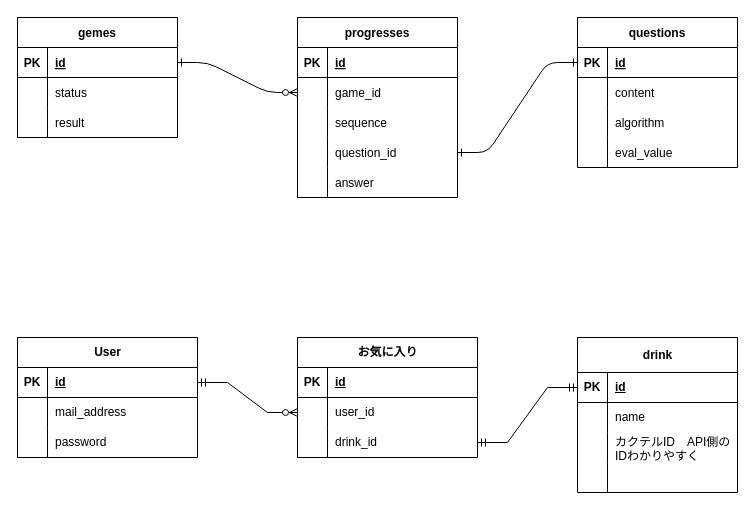
Before: 名称未設定ファイル.drawio in nabe0130/naninomu, a draw.io diagram. Source tidied: cells renumbered, new cells numbered last; positions are measured from the earlier drawing's top-left corner, leaving out a move shared by most shapes. Both pictures are drawn from the tidied source at 100%, with x=0, y=0 at pixel (17, 17).
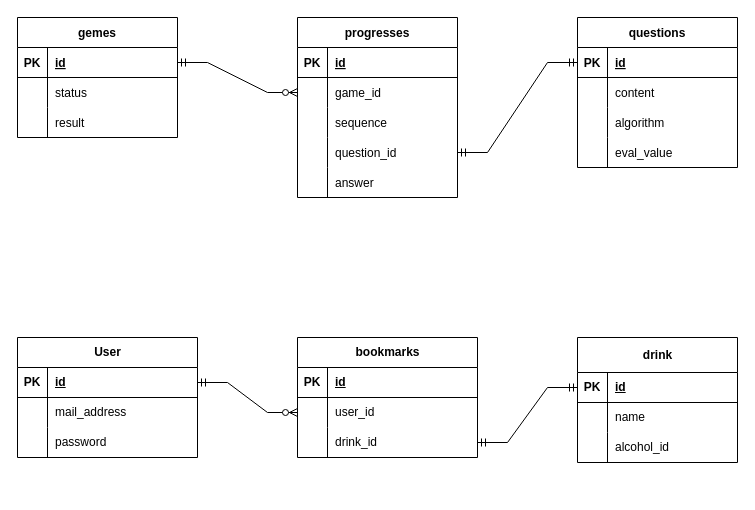
Above is the later version.

Unchanged cells that the change refers to:
```xml
<mxCell id="8" style="shape=partialRectangle;fillColor=none;points=[[0,0.5],[1,0.5]];portConstraint=eastwest;top=0;left=0;right=0;bottom=0;" parent="4" vertex="1">
  <mxGeometry y="60" width="160" height="30" as="geometry" />
</mxCell>
<mxCell id="14" style="shape=partialRectangle;fillColor=none;points=[[0,0.5],[1,0.5]];portConstraint=eastwest;top=0;left=0;right=0;bottom=0;" parent="4" vertex="1">
  <mxGeometry y="120" width="160" height="30" as="geometry" />
</mxCell>
<mxCell id="21" style="shape=partialRectangle;fillColor=none;points=[[0,0.5],[1,0.5]];portConstraint=eastwest;top=0;left=0;right=0;bottom=1;" parent="20" vertex="1">
  <mxGeometry y="30" width="160" height="30" as="geometry" />
</mxCell>
<mxCell id="34" style="shape=partialRectangle;fillColor=none;points=[[0,0.5],[1,0.5]];portConstraint=eastwest;top=0;left=0;right=0;bottom=1;" parent="33" vertex="1">
  <mxGeometry y="30" width="160" height="30" as="geometry" />
</mxCell>
<mxCell id="50" style="shape=tableRow;horizontal=0;startSize=0;swimlaneHead=0;swimlaneBody=0;fillColor=none;top=0;left=0;right=0;bottom=0;" parent="43" vertex="1">
  <mxGeometry y="95" width="160" height="30" as="geometry" />
</mxCell>
```

Diff of the diagram source:
```diff
@@
-    <mxCell id="2" style="edgeStyle=entityRelationEdgeStyle;endArrow=ERzeroToMany;startArrow=ERone;endFill=1;startFill=0;exitX=1;exitY=0.5;exitDx=0;exitDy=0;entryX=0;entryY=0.5;entryDx=0;entryDy=0;" parent="1" edge="1" source="34" target="8">
-      <mxGeometry relative="1" as="geometry" />
-    </mxCell>
-    <mxCell id="3" style="edgeStyle=entityRelationEdgeStyle;endArrow=ERone;startArrow=ERone;endFill=0;startFill=0;entryX=0;entryY=0.5;entryDx=0;entryDy=0;exitX=1;exitY=0.5;exitDx=0;exitDy=0;" parent="1" edge="1" source="14" target="21">
-      <mxGeometry relative="1" as="geometry">
-        <Array as="points">
-          <mxPoint x="550" y="60" />
-        </Array>
-      </mxGeometry>
-    </mxCell>
@@
     <mxCell id="43" value="drink" style="shape=table;startSize=35;childLayout=tableLayout;rowLines=0;fontStyle=1;align=center;html=1;" parent="1" vertex="1">
-      <mxGeometry x="560" y="320" width="160" height="155" as="geometry" />
+      <mxGeometry x="560" y="320" width="160" height="125" as="geometry" />
     </mxCell>
@@
-    <mxCell id="52" value="カクテルID　API側のIDわかりやすく" style="shape=partialRectangle;fillColor=none;top=0;left=0;bottom=0;right=0;align=left;spacingLeft=6;overflow=hidden;whiteSpace=wrap;html=1;" parent="50" vertex="1">
+    <mxCell id="52" value="alcohol_id" style="shape=partialRectangle;fillColor=none;top=0;left=0;bottom=0;right=0;align=left;spacingLeft=6;overflow=hidden;whiteSpace=wrap;html=1;" parent="50" vertex="1">
       <mxGeometry x="30" width="130" height="30" as="geometry" />
     </mxCell>
-    <mxCell id="53" style="shape=tableRow;horizontal=0;startSize=0;swimlaneHead=0;swimlaneBody=0;fillColor=none;top=0;left=0;right=0;bottom=0;" parent="43" vertex="1">
-      <mxGeometry y="125" width="160" height="30" as="geometry" />
-    </mxCell>
-    <mxCell id="54" style="shape=partialRectangle;fillColor=none;top=0;left=0;bottom=0;right=0;overflow=hidden;whiteSpace=wrap;html=1;" parent="53" vertex="1">
-      <mxGeometry width="30" height="30" as="geometry" />
-    </mxCell>
-    <mxCell id="55" style="shape=partialRectangle;fillColor=none;top=0;left=0;bottom=0;right=0;align=left;spacingLeft=6;overflow=hidden;whiteSpace=wrap;html=1;" parent="53" vertex="1">
-      <mxGeometry x="30" width="130" height="30" as="geometry" />
-    </mxCell>
@@
-    <mxCell id="66" value="お気に入り" style="shape=table;startSize=30;childLayout=tableLayout;rowLines=0;fontStyle=1;align=center;html=1;" parent="1" vertex="1">
+    <mxCell id="66" value="bookmarks" style="shape=table;startSize=30;childLayout=tableLayout;rowLines=0;fontStyle=1;align=center;html=1;" parent="1" vertex="1">
       <mxGeometry x="280" y="320" width="180" height="120" as="geometry" />
     </mxCell>
@@
+    <mxCell id="2" style="edgeStyle=entityRelationEdgeStyle;fontSize=12;html=1;endArrow=ERzeroToMany;startArrow=ERmandOne;rounded=0;entryX=0;entryY=0.5;entryDx=0;entryDy=0;exitX=1;exitY=0.5;exitDx=0;exitDy=0;" parent="1" edge="1" source="34" target="8">
+      <mxGeometry relative="1" as="geometry" />
+    </mxCell>
+    <mxCell id="3" style="edgeStyle=entityRelationEdgeStyle;fontSize=12;html=1;endArrow=ERmandOne;startArrow=ERmandOne;rounded=0;entryX=0;entryY=0.5;entryDx=0;entryDy=0;exitX=1;exitY=0.5;exitDx=0;exitDy=0;" parent="1" edge="1" source="14" target="21">
+      <mxGeometry relative="1" as="geometry" />
+    </mxCell>
```
